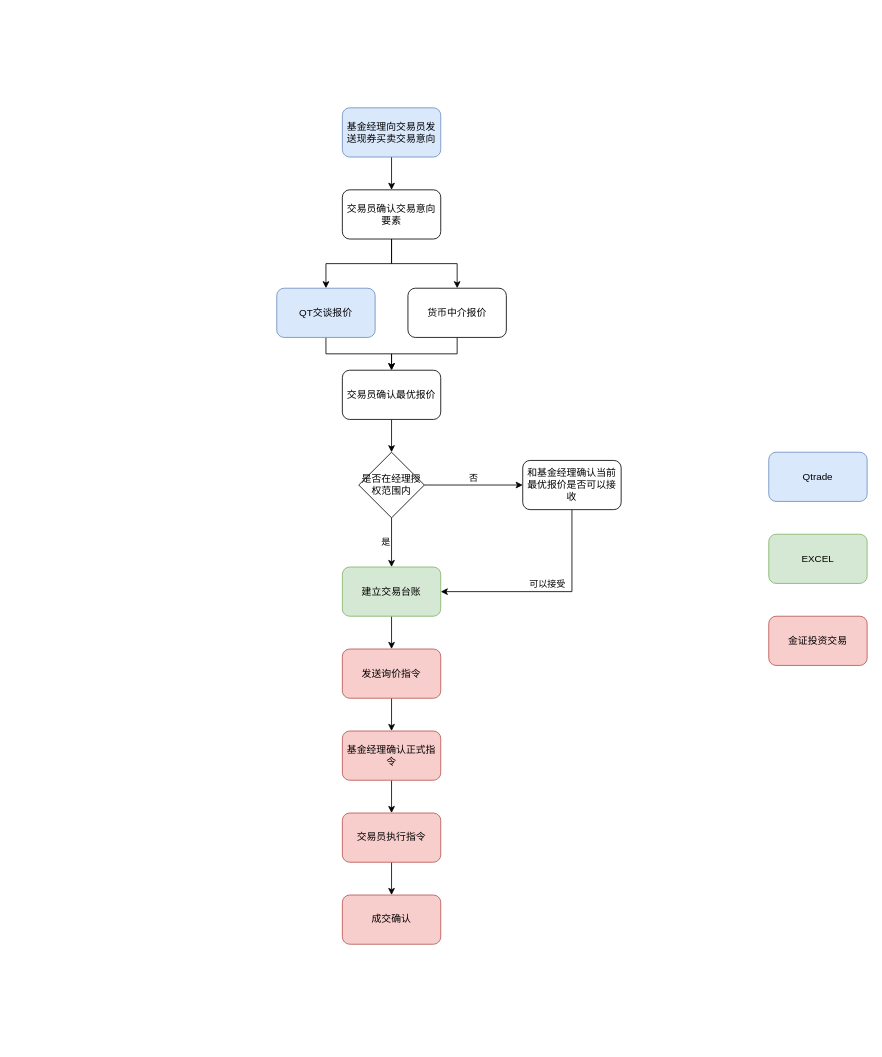
steven-turing/draw keeps this draw.io diagram as 现券交易流程图.drawio. Above is the earlier version. Source tidied: cells renumbered, new cells numbered last; positions are measured from the earlier drawing's top-left corner, leaving out a move shared by most shapes. Both pictures are drawn from the tidied source at 82%, with x=0, y=0 at pixel (276, 107).
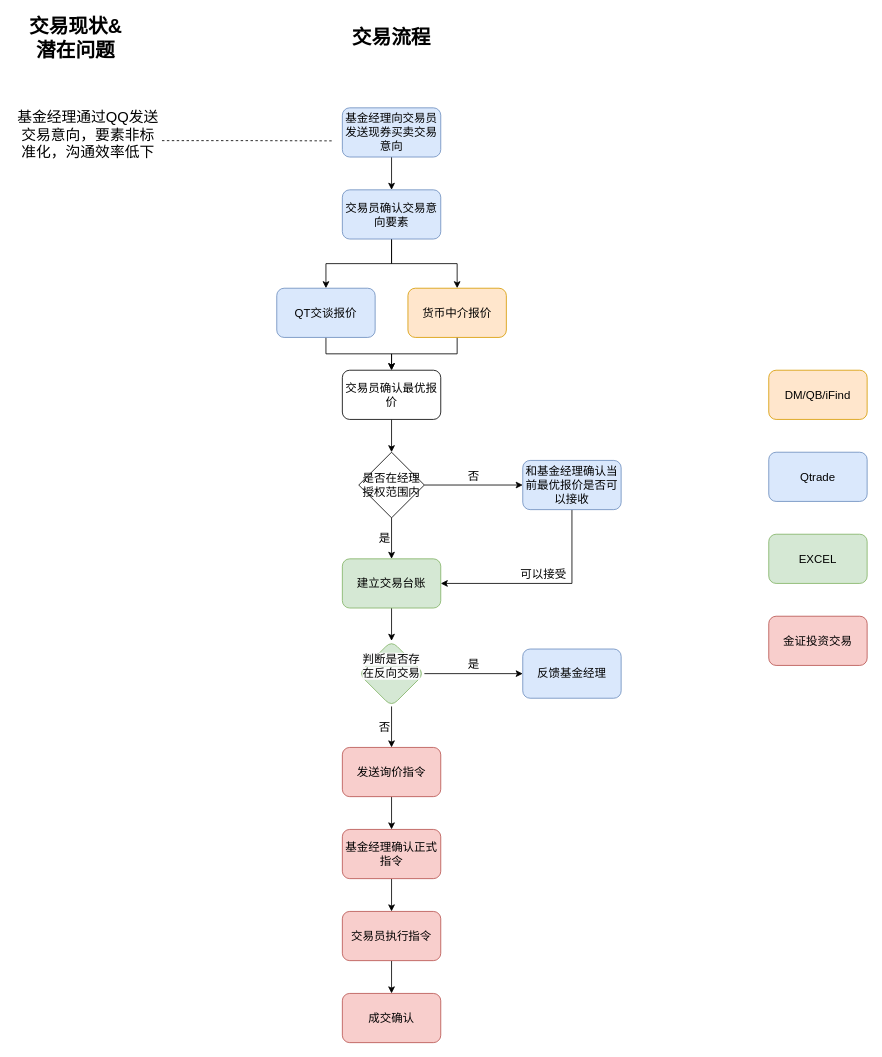
The same diagram, later.

Commit message (it also covers changes not shown here):
更新现券交易流程图.drawio

Change to the diagram source:
```diff
@@
-    <mxCell id="2" style="edgeStyle=orthogonalEdgeStyle;rounded=0;jettySize=auto;html=1;exitX=0.5;exitY=1;exitDx=0;exitDy=0;entryX=0.5;entryY=0;entryDx=0;entryDy=0;" parent="1" edge="1" source="3" target="6">
+    <mxCell id="2" style="edgeStyle=orthogonalEdgeStyle;rounded=0;jettySize=auto;html=1;exitX=0.5;exitY=1;exitDx=0;exitDy=0;entryX=0.5;entryY=0;entryDx=0;entryDy=0;fontSize=14;" parent="1" edge="1" source="3" target="6">
       <mxGeometry relative="1" as="geometry" />
     </mxCell>
-    <mxCell id="3" value="基金经理向交易员发送现券买卖交易意向" style="rounded=1;whiteSpace=wrap;html=1;fontSize=12;glass=0;strokeWidth=1;shadow=0;fillColor=#dae8fc;strokeColor=#6c8ebf;" parent="1" vertex="1">
+    <mxCell id="3" value="基金经理向交易员发送现券买卖交易意向" style="rounded=1;whiteSpace=wrap;html=1;fontSize=14;glass=0;strokeWidth=1;shadow=0;fillColor=#dae8fc;strokeColor=#6c8ebf;" parent="1" vertex="1">
       <mxGeometry x="80" width="120" height="60" as="geometry" />
     </mxCell>
-    <mxCell id="4" style="edgeStyle=orthogonalEdgeStyle;rounded=0;jettySize=auto;html=1;exitX=0.5;exitY=1;exitDx=0;exitDy=0;entryX=0.5;entryY=0;entryDx=0;entryDy=0;" parent="1" edge="1" source="6" target="9">
+    <mxCell id="4" style="edgeStyle=orthogonalEdgeStyle;rounded=0;jettySize=auto;html=1;exitX=0.5;exitY=1;exitDx=0;exitDy=0;entryX=0.5;entryY=0;entryDx=0;entryDy=0;fontSize=14;" parent="1" edge="1" source="6" target="9">
       <mxGeometry relative="1" as="geometry" />
     </mxCell>
-    <mxCell id="5" style="edgeStyle=orthogonalEdgeStyle;rounded=0;jettySize=auto;html=1;exitX=0.5;exitY=1;exitDx=0;exitDy=0;entryX=0.5;entryY=0;entryDx=0;entryDy=0;" parent="1" edge="1" source="6" target="11">
+    <mxCell id="5" style="edgeStyle=orthogonalEdgeStyle;rounded=0;jettySize=auto;html=1;exitX=0.5;exitY=1;exitDx=0;exitDy=0;entryX=0.5;entryY=0;entryDx=0;entryDy=0;fontSize=14;" parent="1" edge="1" source="6" target="11">
       <mxGeometry relative="1" as="geometry" />
     </mxCell>
-    <mxCell id="6" value="交易员确认交易意向要素" style="rounded=1;whiteSpace=wrap;html=1;" parent="1" vertex="1">
+    <mxCell id="6" value="交易员确认交易意向要素" style="rounded=1;whiteSpace=wrap;html=1;fillColor=#dae8fc;strokeColor=#6c8ebf;fontSize=14;" parent="1" vertex="1">
       <mxGeometry x="80" y="100" width="120" height="60" as="geometry" />
     </mxCell>
-    <mxCell id="7" style="edgeStyle=orthogonalEdgeStyle;rounded=0;orthogonalLoop=1;jettySize=auto;html=1;exitX=0.5;exitY=1;exitDx=0;exitDy=0;" parent="1" edge="1" source="6" target="6">
+    <mxCell id="7" style="edgeStyle=orthogonalEdgeStyle;rounded=0;orthogonalLoop=1;jettySize=auto;html=1;exitX=0.5;exitY=1;exitDx=0;exitDy=0;fontSize=14;" parent="1" edge="1" source="6" target="6">
       <mxGeometry relative="1" as="geometry" />
     </mxCell>
-    <mxCell id="8" style="edgeStyle=orthogonalEdgeStyle;rounded=0;jettySize=auto;html=1;exitX=0.5;exitY=1;exitDx=0;exitDy=0;entryX=0.5;entryY=0;entryDx=0;entryDy=0;" parent="1" edge="1" source="9" target="13">
+    <mxCell id="8" style="edgeStyle=orthogonalEdgeStyle;rounded=0;jettySize=auto;html=1;exitX=0.5;exitY=1;exitDx=0;exitDy=0;entryX=0.5;entryY=0;entryDx=0;entryDy=0;fontSize=14;" parent="1" edge="1" source="9" target="13">
       <mxGeometry relative="1" as="geometry" />
     </mxCell>
-    <mxCell id="9" value="QT交谈报价" style="rounded=1;whiteSpace=wrap;html=1;fillColor=#dae8fc;strokeColor=#6c8ebf;" parent="1" vertex="1">
+    <mxCell id="9" value="QT交谈报价" style="rounded=1;whiteSpace=wrap;html=1;fillColor=#dae8fc;strokeColor=#6c8ebf;fontSize=14;" parent="1" vertex="1">
       <mxGeometry y="220" width="120" height="60" as="geometry" />
     </mxCell>
-    <mxCell id="10" style="edgeStyle=orthogonalEdgeStyle;rounded=0;jettySize=auto;html=1;exitX=0.5;exitY=1;exitDx=0;exitDy=0;entryX=0.5;entryY=0;entryDx=0;entryDy=0;" parent="1" edge="1" source="11" target="13">
+    <mxCell id="10" style="edgeStyle=orthogonalEdgeStyle;rounded=0;jettySize=auto;html=1;exitX=0.5;exitY=1;exitDx=0;exitDy=0;entryX=0.5;entryY=0;entryDx=0;entryDy=0;fontSize=14;" parent="1" edge="1" source="11" target="13">
       <mxGeometry relative="1" as="geometry" />
     </mxCell>
-    <mxCell id="11" value="货币中介报价" style="rounded=1;whiteSpace=wrap;html=1;" parent="1" vertex="1">
+    <mxCell id="11" value="货币中介报价" style="rounded=1;whiteSpace=wrap;html=1;fillColor=#ffe6cc;strokeColor=#d79b00;fontSize=14;" parent="1" vertex="1">
       <mxGeometry x="160" y="220" width="120" height="60" as="geometry" />
     </mxCell>
-    <mxCell id="12" style="edgeStyle=orthogonalEdgeStyle;rounded=0;jettySize=auto;html=1;exitX=0.5;exitY=1;exitDx=0;exitDy=0;entryX=0.5;entryY=0;entryDx=0;entryDy=0;" parent="1" edge="1" source="13" target="16">
+    <mxCell id="12" style="edgeStyle=orthogonalEdgeStyle;rounded=0;jettySize=auto;html=1;exitX=0.5;exitY=1;exitDx=0;exitDy=0;entryX=0.5;entryY=0;entryDx=0;entryDy=0;fontSize=14;" parent="1" edge="1" source="13" target="16">
       <mxGeometry relative="1" as="geometry" />
     </mxCell>
-    <mxCell id="13" value="交易员确认最优报价" style="rounded=1;whiteSpace=wrap;html=1;" parent="1" vertex="1">
+    <mxCell id="13" value="交易员确认最优报价" style="rounded=1;whiteSpace=wrap;html=1;fontSize=14;" parent="1" vertex="1">
       <mxGeometry x="80" y="320" width="120" height="60" as="geometry" />
     </mxCell>
-    <mxCell id="14" value="否" style="edgeStyle=orthogonalEdgeStyle;rounded=0;jettySize=auto;html=1;exitX=1;exitY=0.5;exitDx=0;exitDy=0;verticalAlign=bottom;entryX=0;entryY=0.5;entryDx=0;entryDy=0;" parent="1" edge="1" source="16" target="18">
+    <mxCell id="14" value="否" style="edgeStyle=orthogonalEdgeStyle;rounded=0;jettySize=auto;html=1;exitX=1;exitY=0.5;exitDx=0;exitDy=0;verticalAlign=bottom;entryX=0;entryY=0.5;entryDx=0;entryDy=0;fontSize=14;" parent="1" edge="1" source="16" target="18">
       <mxGeometry relative="1" as="geometry" />
     </mxCell>
-    <mxCell id="15" value="是" style="edgeStyle=orthogonalEdgeStyle;rounded=0;jettySize=auto;html=1;verticalAlign=middle;align=right;" parent="1" edge="1" source="16" target="20">
+    <mxCell id="15" value="是" style="edgeStyle=orthogonalEdgeStyle;rounded=0;jettySize=auto;html=1;verticalAlign=middle;align=right;fontSize=14;" parent="1" edge="1" source="16" target="20">
       <mxGeometry relative="1" as="geometry" />
     </mxCell>
-    <mxCell id="16" value="是否在经理授权范围内" style="rhombus;whiteSpace=wrap;html=1;" parent="1" vertex="1">
+    <mxCell id="16" value="是否在经理授权范围内" style="rhombus;whiteSpace=wrap;html=1;fontSize=14;" parent="1" vertex="1">
       <mxGeometry x="100" y="420" width="80" height="80" as="geometry" />
     </mxCell>
-    <mxCell id="17" value="可以接受" style="edgeStyle=orthogonalEdgeStyle;rounded=0;jettySize=auto;html=1;exitX=0.5;exitY=1;exitDx=0;exitDy=0;entryX=1;entryY=0.5;entryDx=0;entryDy=0;verticalAlign=bottom;" parent="1" edge="1" source="18" target="20">
+    <mxCell id="17" value="可以接受" style="edgeStyle=orthogonalEdgeStyle;rounded=0;jettySize=auto;html=1;exitX=0.5;exitY=1;exitDx=0;exitDy=0;entryX=1;entryY=0.5;entryDx=0;entryDy=0;verticalAlign=bottom;fontSize=14;" parent="1" edge="1" source="18" target="20">
       <mxGeometry relative="1" as="geometry" />
     </mxCell>
-    <mxCell id="18" value="和基金经理确认当前最优报价是否可以接收" style="rounded=1;whiteSpace=wrap;html=1;" parent="1" vertex="1">
+    <mxCell id="18" value="和基金经理确认当前最优报价是否可以接收" style="rounded=1;whiteSpace=wrap;html=1;fillColor=#dae8fc;strokeColor=#6c8ebf;fontSize=14;" parent="1" vertex="1">
       <mxGeometry x="300" y="430" width="120" height="60" as="geometry" />
     </mxCell>
-    <mxCell id="19" style="edgeStyle=orthogonalEdgeStyle;rounded=0;jettySize=auto;html=1;exitX=0.5;exitY=1;exitDx=0;exitDy=0;entryX=0.5;entryY=0;entryDx=0;entryDy=0;" parent="1" edge="1" source="20" target="22">
-      <mxGeometry relative="1" as="geometry" />
-    </mxCell>
+    <mxCell id="31" style="edgeStyle=orthogonalEdgeStyle;rounded=0;jettySize=auto;html=1;fontSize=14;" parent="1" edge="1" source="20" target="35">
+      <mxGeometry relative="1" as="geometry" />
+    </mxCell>
-    <mxCell id="20" value="建立交易台账" style="rounded=1;whiteSpace=wrap;html=1;fillColor=#d5e8d4;strokeColor=#82b366;" parent="1" vertex="1">
-      <mxGeometry x="80" y="560" width="120" height="60" as="geometry" />
+    <mxCell id="20" value="建立交易台账" style="rounded=1;whiteSpace=wrap;html=1;fillColor=#d5e8d4;strokeColor=#82b366;fontSize=14;" parent="1" vertex="1">
+      <mxGeometry x="80" y="550" width="120" height="60" as="geometry" />
     </mxCell>
-    <mxCell id="21" style="edgeStyle=orthogonalEdgeStyle;rounded=0;jettySize=auto;html=1;" parent="1" edge="1" source="22" target="24">
+    <mxCell id="21" style="edgeStyle=orthogonalEdgeStyle;rounded=0;jettySize=auto;html=1;fontSize=14;" parent="1" edge="1" source="22" target="24">
       <mxGeometry relative="1" as="geometry" />
     </mxCell>
-    <mxCell id="22" value="发送询价指令" style="rounded=1;whiteSpace=wrap;html=1;labelBackgroundColor=none;fillColor=#f8cecc;strokeColor=#b85450;" parent="1" vertex="1">
-      <mxGeometry x="80" y="660" width="120" height="60" as="geometry" />
+    <mxCell id="22" value="发送询价指令" style="rounded=1;whiteSpace=wrap;html=1;labelBackgroundColor=none;fillColor=#f8cecc;strokeColor=#b85450;fontSize=14;" parent="1" vertex="1">
+      <mxGeometry x="80" y="780" width="120" height="60" as="geometry" />
     </mxCell>
-    <mxCell id="23" style="edgeStyle=orthogonalEdgeStyle;rounded=0;jettySize=auto;html=1;" parent="1" edge="1" source="24" target="26">
+    <mxCell id="23" style="edgeStyle=orthogonalEdgeStyle;rounded=0;jettySize=auto;html=1;fontSize=14;" parent="1" edge="1" source="24" target="26">
       <mxGeometry relative="1" as="geometry" />
     </mxCell>
-    <mxCell id="24" value="基金经理确认正式指令" style="rounded=1;whiteSpace=wrap;html=1;fillColor=#f8cecc;strokeColor=#b85450;" parent="1" vertex="1">
-      <mxGeometry x="80" y="760" width="120" height="60" as="geometry" />
+    <mxCell id="24" value="基金经理确认正式指令" style="rounded=1;whiteSpace=wrap;html=1;fillColor=#f8cecc;strokeColor=#b85450;fontSize=14;" parent="1" vertex="1">
+      <mxGeometry x="80" y="880" width="120" height="60" as="geometry" />
     </mxCell>
-    <mxCell id="25" style="edgeStyle=orthogonalEdgeStyle;rounded=0;jettySize=auto;html=1;" parent="1" edge="1" source="26" target="27">
+    <mxCell id="25" style="edgeStyle=orthogonalEdgeStyle;rounded=0;jettySize=auto;html=1;fontSize=14;" parent="1" edge="1" source="26" target="27">
       <mxGeometry relative="1" as="geometry" />
     </mxCell>
-    <mxCell id="26" value="交易员执行指令" style="rounded=1;whiteSpace=wrap;html=1;fillColor=#f8cecc;strokeColor=#b85450;" parent="1" vertex="1">
-      <mxGeometry x="80" y="860" width="120" height="60" as="geometry" />
+    <mxCell id="26" value="交易员执行指令" style="rounded=1;whiteSpace=wrap;html=1;fillColor=#f8cecc;strokeColor=#b85450;fontSize=14;" parent="1" vertex="1">
+      <mxGeometry x="80" y="980" width="120" height="60" as="geometry" />
     </mxCell>
-    <mxCell id="27" value="成交确认" style="rounded=1;whiteSpace=wrap;html=1;fillColor=#f8cecc;strokeColor=#b85450;" parent="1" vertex="1">
-      <mxGeometry x="80" y="960" width="120" height="60" as="geometry" />
+    <mxCell id="27" value="成交确认" style="rounded=1;whiteSpace=wrap;html=1;fillColor=#f8cecc;strokeColor=#b85450;fontSize=14;" parent="1" vertex="1">
+      <mxGeometry x="80" y="1080" width="120" height="60" as="geometry" />
     </mxCell>
-    <mxCell id="28" value="EXCEL" style="rounded=1;whiteSpace=wrap;html=1;fillColor=#d5e8d4;strokeColor=#82b366;" parent="1" vertex="1">
+    <mxCell id="28" value="EXCEL" style="rounded=1;whiteSpace=wrap;html=1;fillColor=#d5e8d4;strokeColor=#82b366;fontSize=14;" parent="1" vertex="1">
       <mxGeometry x="600" y="520" width="120" height="60" as="geometry" />
     </mxCell>
-    <mxCell id="29" value="金证投资交易" style="rounded=1;whiteSpace=wrap;html=1;fillColor=#f8cecc;strokeColor=#b85450;" parent="1" vertex="1">
+    <mxCell id="29" value="金证投资交易" style="rounded=1;whiteSpace=wrap;html=1;fillColor=#f8cecc;strokeColor=#b85450;fontSize=14;" parent="1" vertex="1">
       <mxGeometry x="600" y="620" width="120" height="60" as="geometry" />
     </mxCell>
-    <mxCell id="30" value="Qtrade" style="rounded=1;whiteSpace=wrap;html=1;fillColor=#dae8fc;strokeColor=#6c8ebf;" parent="1" vertex="1">
+    <mxCell id="30" value="Qtrade" style="rounded=1;whiteSpace=wrap;html=1;fillColor=#dae8fc;strokeColor=#6c8ebf;fontSize=14;" parent="1" vertex="1">
       <mxGeometry x="600" y="420" width="120" height="60" as="geometry" />
     </mxCell>
+    <mxCell id="32" value="DM/QB/iFind" style="rounded=1;whiteSpace=wrap;html=1;fillColor=#ffe6cc;strokeColor=#d79b00;fontSize=14;" parent="1" vertex="1">
+      <mxGeometry x="600" y="320" width="120" height="60" as="geometry" />
+    </mxCell>
+    <mxCell id="33" value="否" style="edgeStyle=orthogonalEdgeStyle;rounded=0;jettySize=auto;html=1;exitX=0.5;exitY=1;exitDx=0;exitDy=0;entryX=0.5;entryY=0;entryDx=0;entryDy=0;verticalAlign=middle;align=right;fontSize=14;" parent="1" edge="1" source="35" target="22">
+      <mxGeometry relative="1" as="geometry" />
+    </mxCell>
+    <mxCell id="34" value="是" style="edgeStyle=orthogonalEdgeStyle;rounded=0;jettySize=auto;html=1;verticalAlign=bottom;fontSize=14;" parent="1" edge="1" source="35" target="36">
+      <mxGeometry relative="1" as="geometry" />
+    </mxCell>
+    <mxCell id="35" value="&#10;&lt;span style=&quot;color: rgb(0, 0, 0); font-family: Helvetica; font-style: normal; font-variant-ligatures: normal; font-variant-caps: normal; font-weight: 400; letter-spacing: normal; orphans: 2; text-align: center; text-indent: 0px; text-transform: none; widows: 2; word-spacing: 0px; -webkit-text-stroke-width: 0px; white-space: normal; background-color: rgb(251, 251, 251); text-decoration-thickness: initial; text-decoration-style: initial; text-decoration-color: initial; float: none; display: inline !important;&quot;&gt;判断是否存在反向交易&lt;/span&gt;&#10;&#10;" style="rhombus;whiteSpace=wrap;html=1;fillColor=#d5e8d4;strokeColor=#82b366;rounded=1;textShadow=0;fontSize=14;" parent="1" vertex="1">
+      <mxGeometry x="100" y="650" width="80" height="80" as="geometry" />
+    </mxCell>
+    <mxCell id="36" value="反馈基金经理" style="whiteSpace=wrap;html=1;fillColor=#dae8fc;strokeColor=#6c8ebf;rounded=1;fontSize=14;" parent="1" vertex="1">
+      <mxGeometry x="300" y="660" width="120" height="60" as="geometry" />
+    </mxCell>
+    <mxCell id="37" style="edgeStyle=orthogonalEdgeStyle;rounded=0;jettySize=auto;html=1;exitX=1;exitY=0.5;exitDx=0;exitDy=0;dashed=1;endArrow=none;startFill=0;" parent="1" edge="1" source="38">
+      <mxGeometry relative="1" as="geometry">
+        <mxPoint x="70" y="40.3" as="targetPoint" />
+      </mxGeometry>
+    </mxCell>
+    <mxCell id="38" value="&lt;h1 style=&quot;margin-top: 0px;&quot;&gt;&lt;font style=&quot;font-weight: normal;&quot;&gt;基金经理通过QQ发送交易意向，要素非标准化，沟通效率低下&lt;/font&gt;&lt;/h1&gt;" style="text;html=1;whiteSpace=wrap;overflow=hidden;rounded=0;fontSize=9;fontStyle=0;align=center;verticalAlign=middle;" parent="1" vertex="1">
+      <mxGeometry x="-320" y="-20" width="180" height="120" as="geometry" />
+    </mxCell>
+    <mxCell id="39" value="交易现状&amp;amp;潜在问题" style="text;html=1;align=center;verticalAlign=middle;whiteSpace=wrap;rounded=0;fontSize=24;fontStyle=1;" parent="1" vertex="1">
+      <mxGeometry x="-310" y="-100" width="130" height="30" as="geometry" />
+    </mxCell>
+    <mxCell id="40" value="交易流程" style="text;html=1;align=center;verticalAlign=middle;whiteSpace=wrap;rounded=0;fontSize=24;fontStyle=1;" parent="1" vertex="1">
+      <mxGeometry x="90" y="-100" width="100" height="30" as="geometry" />
+    </mxCell>
```
